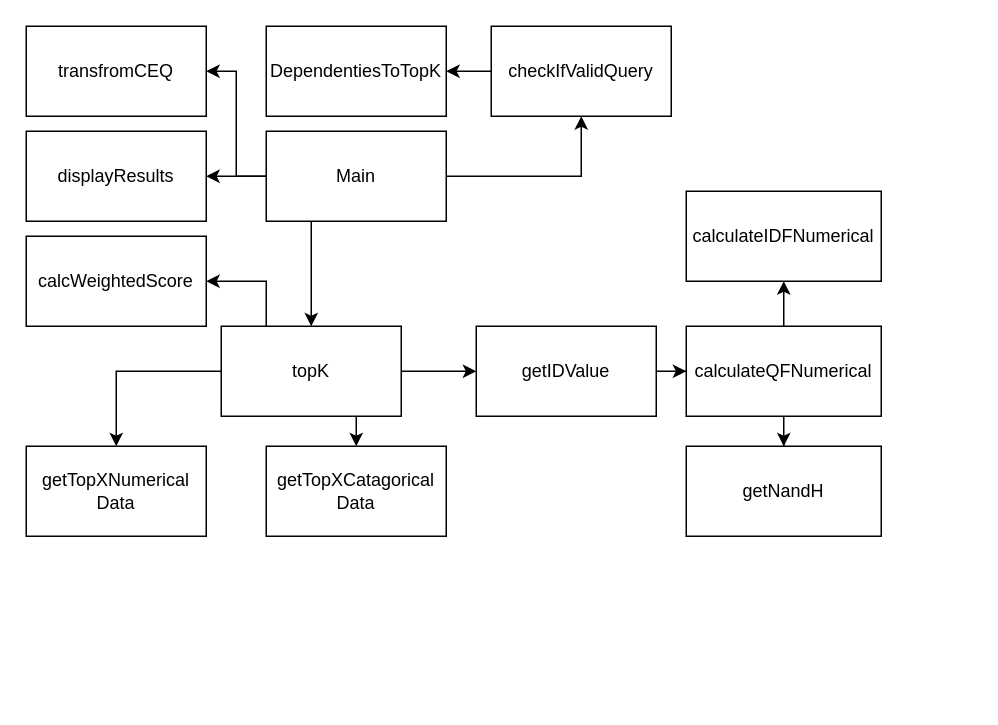
This is functionDiagram.drawio from WilfriedSn/INFODAR_assignment_1, a draw.io file, before an edit. Source tidied: cells renumbered, new cells numbered last; positions are measured from the earlier drawing's top-left corner, leaving out a move shared by most shapes. Both pictures are drawn from the tidied source at 150%, with x=0, y=0 at pixel (26, 26).
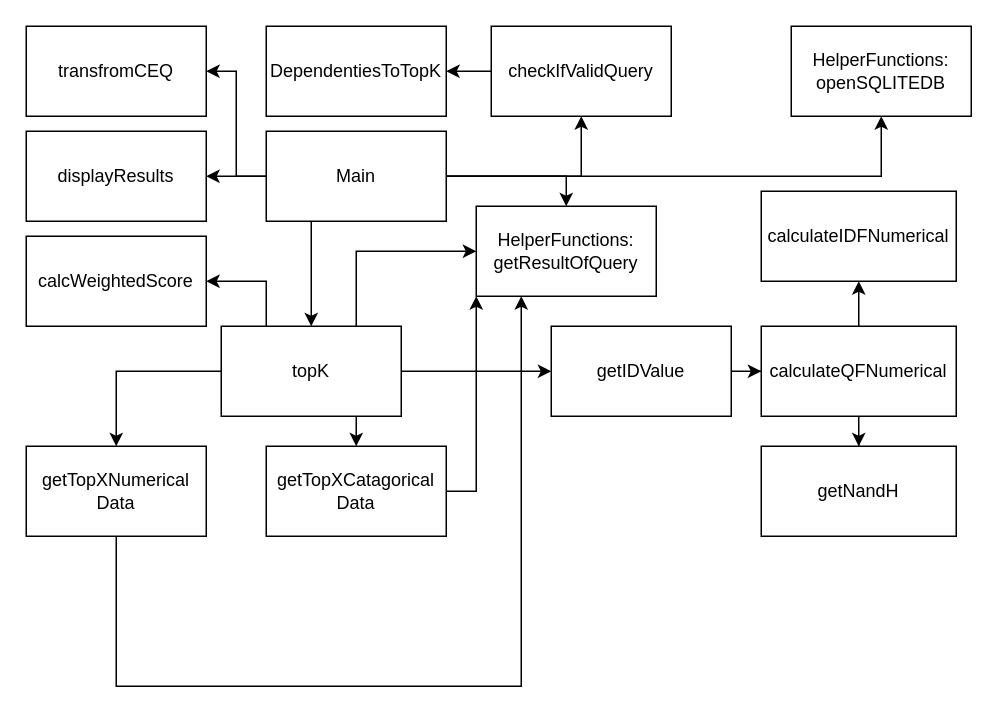
The same page after the edit.

Commit message:
updated function diagram

Unchanged cells that the change refers to:
```xml
<mxCell id="9" value="topK" style="rounded=0;whiteSpace=wrap;html=1;" parent="1" vertex="1">
  <mxGeometry x="130" y="200" width="120" height="60" as="geometry" />
</mxCell>
<mxCell id="13" value="getTopXNumerical&lt;br&gt;Data" style="rounded=0;whiteSpace=wrap;html=1;" parent="1" vertex="1">
  <mxGeometry y="280" width="120" height="60" as="geometry" />
</mxCell>
<mxCell id="14" value="getTopXCatagorical&lt;br&gt;Data" style="rounded=0;whiteSpace=wrap;html=1;" parent="1" vertex="1">
  <mxGeometry x="160" y="280" width="120" height="60" as="geometry" />
</mxCell>
<mxCell id="21" value="Main" style="rounded=0;whiteSpace=wrap;html=1;" parent="1" vertex="1">
  <mxGeometry x="160" y="70" width="120" height="60" as="geometry" />
</mxCell>
```

Diff of the diagram source:
```diff
@@
+    <mxCell id="27" style="edgeStyle=orthogonalEdgeStyle;rounded=0;jettySize=auto;html=1;exitX=0.75;exitY=0;exitDx=0;exitDy=0;entryX=0;entryY=0.5;entryDx=0;entryDy=0;" parent="1" edge="1" source="9" target="33">
+      <mxGeometry relative="1" as="geometry" />
+    </mxCell>
@@
     <mxCell id="12" value="getIDValue" style="rounded=0;whiteSpace=wrap;html=1;" parent="1" vertex="1">
-      <mxGeometry x="300" y="200" width="120" height="60" as="geometry" />
+      <mxGeometry x="350" y="200" width="120" height="60" as="geometry" />
     </mxCell>
+    <mxCell id="28" style="edgeStyle=orthogonalEdgeStyle;rounded=0;jettySize=auto;html=1;entryX=0.25;entryY=1;entryDx=0;entryDy=0;" parent="1" edge="1" source="13" target="33">
+      <mxGeometry relative="1" as="geometry">
+        <Array as="points">
+          <mxPoint x="60" y="440" />
+          <mxPoint x="330" y="440" />
+        </Array>
+      </mxGeometry>
+    </mxCell>
@@
+    <mxCell id="29" style="edgeStyle=orthogonalEdgeStyle;rounded=0;jettySize=auto;html=1;entryX=0;entryY=1;entryDx=0;entryDy=0;" parent="1" edge="1" source="14" target="33">
+      <mxGeometry relative="1" as="geometry" />
+    </mxCell>
@@
+    <mxCell id="30" style="edgeStyle=orthogonalEdgeStyle;rounded=0;jettySize=auto;html=1;exitX=1;exitY=0.5;exitDx=0;exitDy=0;entryX=0.5;entryY=1;entryDx=0;entryDy=0;" parent="1" edge="1" source="21" target="32">
+      <mxGeometry relative="1" as="geometry" />
+    </mxCell>
+    <mxCell id="31" style="edgeStyle=orthogonalEdgeStyle;rounded=0;jettySize=auto;html=1;entryX=0.5;entryY=0;entryDx=0;entryDy=0;" parent="1" edge="1" source="21" target="33">
+      <mxGeometry relative="1" as="geometry" />
+    </mxCell>
@@
     <mxCell id="22" value="calculateIDFNumerical" style="rounded=0;whiteSpace=wrap;html=1;" parent="1" vertex="1">
-      <mxGeometry x="440" y="110" width="130" height="60" as="geometry" />
+      <mxGeometry x="490" y="110" width="130" height="60" as="geometry" />
     </mxCell>
     <mxCell id="23" value="getNandH" style="rounded=0;whiteSpace=wrap;html=1;" parent="1" vertex="1">
-      <mxGeometry x="440" y="280" width="130" height="60" as="geometry" />
+      <mxGeometry x="490" y="280" width="130" height="60" as="geometry" />
     </mxCell>
@@
     <mxCell id="26" value="calculateQFNumerical" style="rounded=0;whiteSpace=wrap;html=1;" parent="1" vertex="1">
-      <mxGeometry x="440" y="200" width="130" height="60" as="geometry" />
+      <mxGeometry x="490" y="200" width="130" height="60" as="geometry" />
     </mxCell>
+    <mxCell id="32" value="HelperFunctions:&lt;br&gt;openSQLITEDB" style="rounded=0;whiteSpace=wrap;html=1;" parent="1" vertex="1">
+      <mxGeometry x="510" width="120" height="60" as="geometry" />
+    </mxCell>
+    <mxCell id="33" value="HelperFunctions:&lt;br&gt;getResultOfQuery&lt;br&gt;" style="rounded=0;whiteSpace=wrap;html=1;" parent="1" vertex="1">
+      <mxGeometry x="300" y="120" width="120" height="60" as="geometry" />
+    </mxCell>
```
